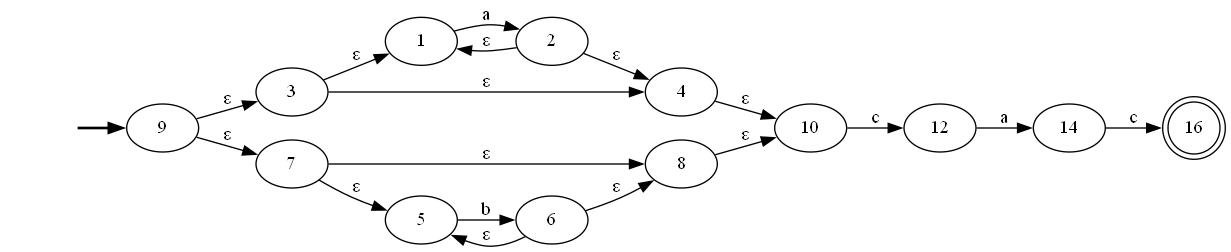
bar20807/CompiladorProyect keeps this Graphviz diagram as Pre-laboratorio A/AFNTest3.gv.png. Above is the earlier version. Its source is kept beside it as Pre-laboratorio A/AFNTest3.gv.
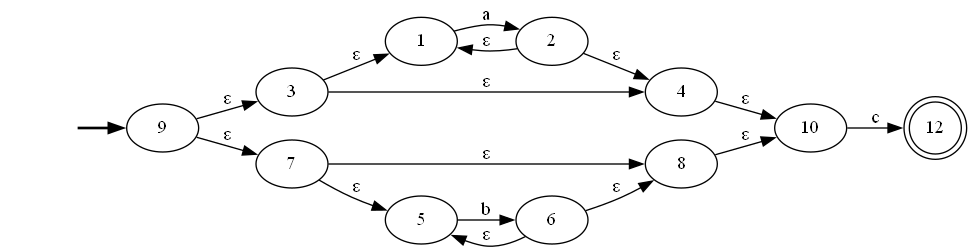
The same diagram one commit later.

Change to the diagram source:
```diff
@@ -32,16 +32,10 @@
 	2 -> 1 [label="ε"]
 	2 -> 4 [label="ε"]
 	10
-	12
+	12 [shape=doublecircle]
 	10 -> 12 [label=c]
 	6
 	6 -> 8 [label="ε"]
 	6 -> 5 [label="ε"]
-	12
-	14
-	12 -> 14 [label=a]
-	14
-	16 [shape=doublecircle]
-	14 -> 16 [label=c]
-	16 [shape=doublecircle]
+	12 [shape=doublecircle]
 }
```
